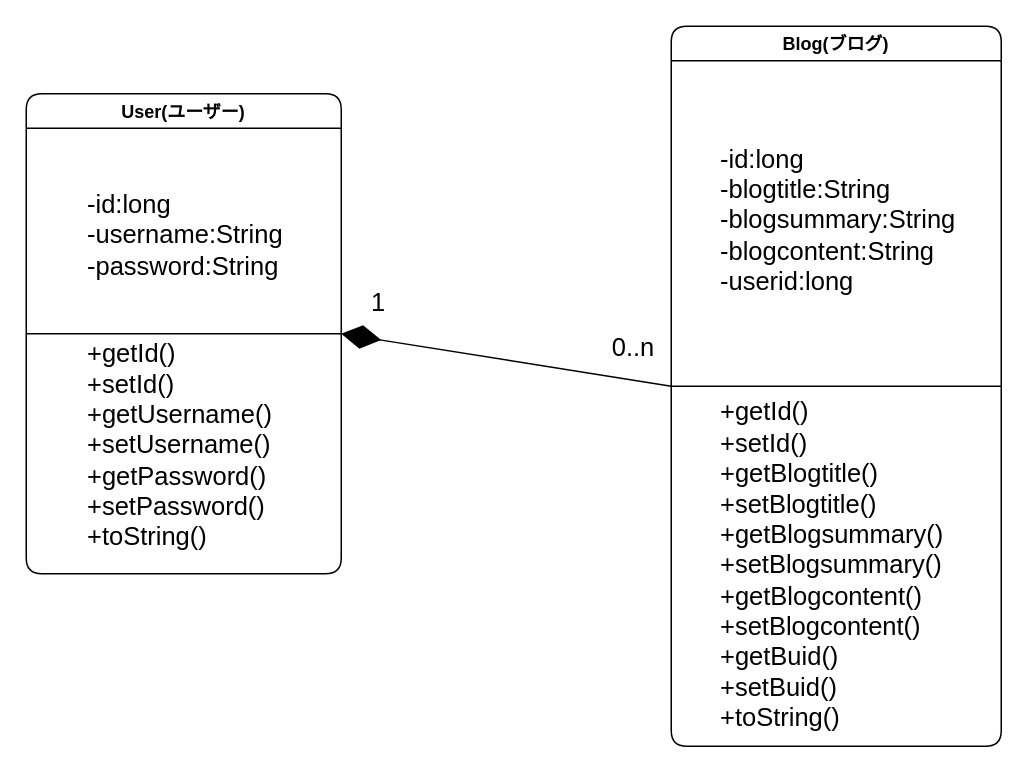
shitsumazyo/TestWeb keeps this draw.io diagram as page "Page-4" (4 of 4) of graph/class.drawio. Above is the earlier version. Source tidied: cells renumbered, new cells numbered last; positions are measured from the earlier drawing's top-left corner, leaving out a move shared by most shapes. Both pictures are drawn from the tidied source at 150%, with x=0, y=0 at pixel (26, 26).
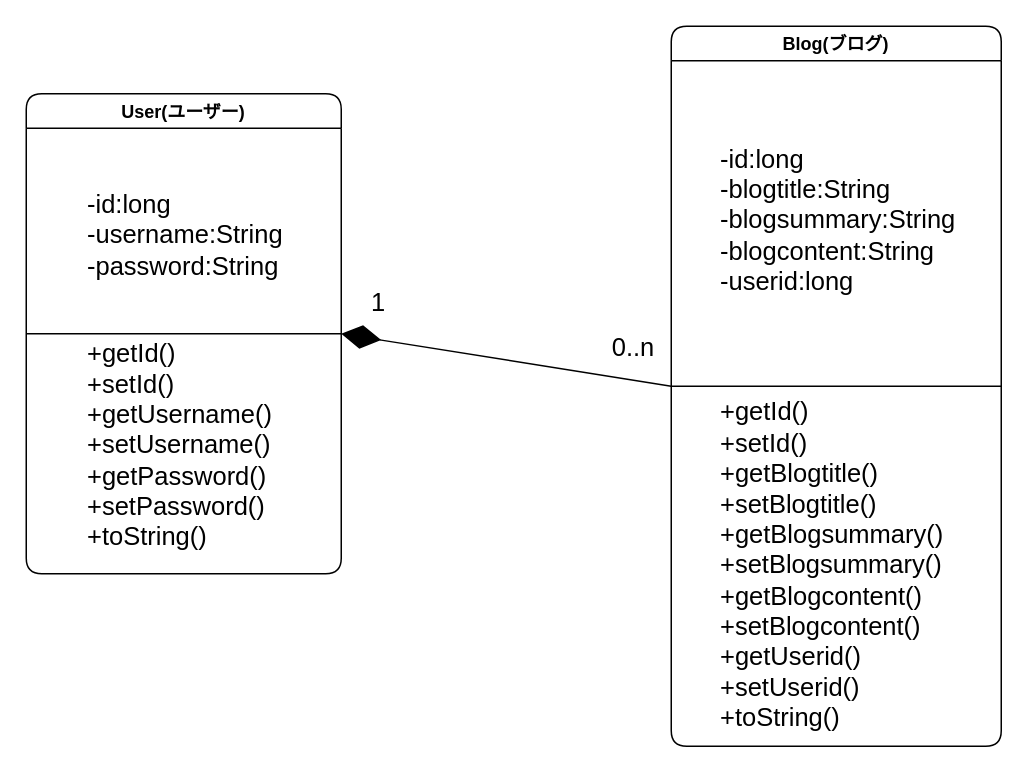
Above is the later version.

Diff of the diagram source:
```diff
@@
 <mxGraphModel>
   <root>
     <mxCell id="0" />
     <mxCell id="1" parent="0" />
     <mxCell id="2" value="User(ユーザー)" style="swimlane;rounded=1;shadow=0;glass=0;sketch=0;fillColor=default;gradientColor=none;swimlaneLine=1;" parent="1" vertex="1">
       <mxGeometry y="45" width="210" height="320" as="geometry" />
     </mxCell>
     <mxCell id="3" value="&lt;font style=&quot;font-size: 17px;&quot;&gt;-id:long&amp;nbsp; &amp;nbsp; &amp;nbsp; &amp;nbsp; &amp;nbsp; &amp;nbsp; &amp;nbsp; &amp;nbsp;&amp;nbsp;&lt;br&gt;-username:String&lt;br&gt;-password:String&amp;nbsp;&lt;/font&gt;" style="rounded=1;whiteSpace=wrap;html=1;shadow=0;glass=0;sketch=0;fillColor=none;gradientColor=none;strokeColor=none;align=left;" parent="2" vertex="1">
       <mxGeometry x="38.8" y="20" width="167.5" height="150" as="geometry" />
     </mxCell>
     <mxCell id="4" value="+getId()&lt;br&gt;+setId()&lt;br&gt;+getUsername()&lt;br&gt;+setUsername()&lt;br&gt;+getPassword()&lt;br&gt;+setPassword()&lt;br&gt;+toString()" style="rounded=0;whiteSpace=wrap;html=1;shadow=0;glass=0;sketch=0;fontSize=17;fillColor=none;gradientColor=none;align=left;strokeColor=none;" parent="2" vertex="1">
       <mxGeometry x="38.8" y="150" width="150" height="170" as="geometry" />
     </mxCell>
     <mxCell id="5" style="endArrow=none;html=1;rounded=0;exitX=0;exitY=0.5;exitDx=0;exitDy=0;entryX=1;entryY=0.5;entryDx=0;entryDy=0;" parent="1" edge="1" source="2" target="2">
       <mxGeometry relative="1" as="geometry" />
     </mxCell>
     <mxCell id="6" value="Blog(ブログ)" style="swimlane;rounded=1;shadow=0;glass=0;sketch=0;fillColor=default;gradientColor=none;swimlaneLine=1;" parent="1" vertex="1">
       <mxGeometry x="430" width="220" height="480" as="geometry" />
     </mxCell>
     <mxCell id="7" value="&lt;div style=&quot;&quot;&gt;&lt;span style=&quot;font-size: 17px; background-color: initial;&quot;&gt;-id:long&amp;nbsp; &amp;nbsp; &amp;nbsp; &amp;nbsp; &amp;nbsp; &amp;nbsp; &amp;nbsp; &amp;nbsp; &amp;nbsp; &amp;nbsp; &amp;nbsp; &amp;nbsp;&lt;/span&gt;&lt;/div&gt;&lt;font style=&quot;font-size: 17px;&quot;&gt;&lt;div style=&quot;&quot;&gt;&lt;span style=&quot;background-color: initial;&quot;&gt;-blogtitle:String&amp;nbsp; &amp;nbsp; &amp;nbsp; &amp;nbsp; &amp;nbsp; &amp;nbsp;&lt;/span&gt;&lt;/div&gt;&lt;div style=&quot;&quot;&gt;&lt;span style=&quot;background-color: initial;&quot;&gt;-blogsummary:String&amp;nbsp;&lt;/span&gt;&lt;/div&gt;&lt;div style=&quot;&quot;&gt;&lt;span style=&quot;background-color: initial;&quot;&gt;-blogcontent:String&amp;nbsp; &amp;nbsp;&amp;nbsp;&lt;/span&gt;&lt;/div&gt;&lt;div style=&quot;&quot;&gt;&lt;span style=&quot;background-color: initial;&quot;&gt;-userid:long&amp;nbsp; &amp;nbsp; &amp;nbsp;&lt;/span&gt;&lt;/div&gt;&lt;/font&gt;" style="rounded=1;whiteSpace=wrap;html=1;shadow=0;glass=0;sketch=0;fillColor=none;gradientColor=none;strokeColor=none;align=left;" parent="6" vertex="1">
       <mxGeometry x="31.2" y="55" width="188.8" height="150" as="geometry" />
     </mxCell>
-    <mxCell id="8" value="+getId()&lt;br&gt;+setId()&lt;br&gt;+getBlogtitle()&lt;br&gt;+setBlogtitle()&lt;br&gt;+getBlogsummary()&lt;br&gt;+setBlogsummary()&lt;br&gt;+getBlogcontent()&lt;br&gt;+setBlogcontent()&lt;br&gt;+getBuid()&lt;br&gt;+setBuid()&lt;br&gt;+toString()" style="rounded=0;whiteSpace=wrap;html=1;shadow=0;glass=0;sketch=0;fontSize=17;fillColor=none;gradientColor=none;align=left;strokeColor=none;" parent="6" vertex="1">
+    <mxCell id="8" value="+getId()&lt;br&gt;+setId()&lt;br&gt;+getBlogtitle()&lt;br&gt;+setBlogtitle()&lt;br&gt;+getBlogsummary()&lt;br&gt;+setBlogsummary()&lt;br&gt;+getBlogcontent()&lt;br&gt;+setBlogcontent()&lt;br&gt;+getUserid()&lt;br&gt;+setUserid()&lt;br&gt;+toString()" style="rounded=0;whiteSpace=wrap;html=1;shadow=0;glass=0;sketch=0;fontSize=17;fillColor=none;gradientColor=none;align=left;strokeColor=none;" parent="6" vertex="1">
       <mxGeometry x="31.2" y="240" width="170" height="240" as="geometry" />
     </mxCell>
     <mxCell id="9" style="endArrow=none;html=1;rounded=0;exitX=0;exitY=0.5;exitDx=0;exitDy=0;entryX=1;entryY=0.5;entryDx=0;entryDy=0;" parent="1" edge="1" source="6" target="6">
       <mxGeometry relative="1" as="geometry" />
     </mxCell>
     <mxCell id="10" style="endArrow=diamondThin;endFill=1;endSize=24;html=1;rounded=0;fontSize=17;entryX=1;entryY=0.5;entryDx=0;entryDy=0;exitX=0;exitY=0.5;exitDx=0;exitDy=0;" parent="1" edge="1" source="6" target="2">
       <mxGeometry relative="1" as="geometry" />
     </mxCell>
     <mxCell id="11" value="1" style="rounded=0;whiteSpace=wrap;html=1;shadow=0;glass=0;sketch=0;fontSize=17;fillColor=none;gradientColor=none;strokeColor=none;" parent="1" vertex="1">
       <mxGeometry x="190" y="165" width="90" height="40" as="geometry" />
     </mxCell>
     <mxCell id="12" value="0..n" style="rounded=0;whiteSpace=wrap;html=1;shadow=0;glass=0;sketch=0;fontSize=17;fillColor=none;gradientColor=none;strokeColor=none;" parent="1" vertex="1">
       <mxGeometry x="360" y="195" width="90" height="40" as="geometry" />
     </mxCell>
   </root>
 </mxGraphModel>
```
